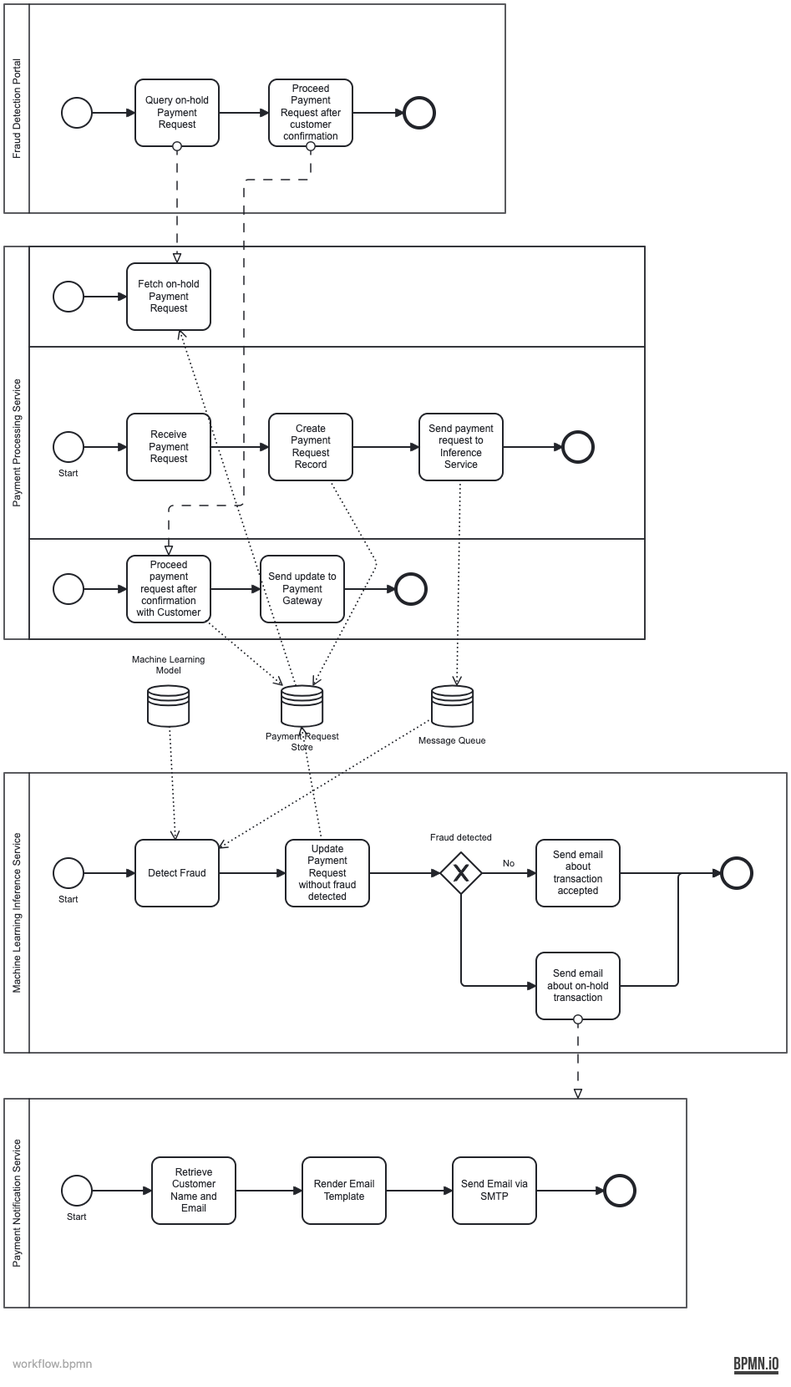
Before: images/workflow.png, a diagram exported from BPMN (reidlai/cp630-final-project). Its source is kept beside it as diagrams/workflow.bpmn. Ids are renumbered.
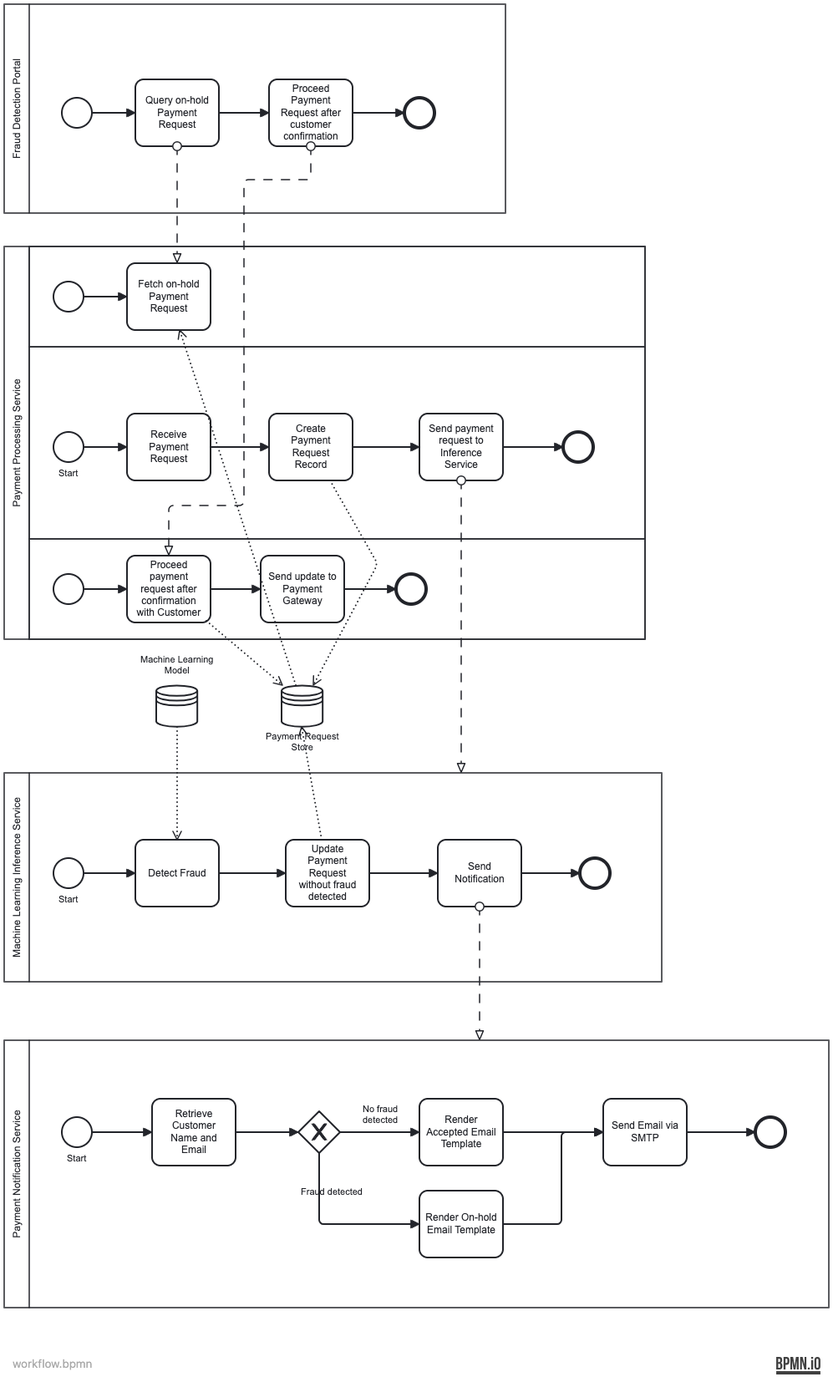
The same file after the commit.

Change to the diagram source:
```diff
@@ -4,9 +4,10 @@
     <bpmn:participant id="Participant_n4" name="Payment Processing Service" processRef="Process_n5" />
     <bpmn:participant id="Participant_n6" name="Payment Notification Service" processRef="Process_n7" />
     <bpmn:participant id="Participant_n8" name="Fraud Detection Portal" processRef="Process_n9" />
-    <bpmn:messageFlow id="Flow_n10" sourceRef="Activity_n11" targetRef="Participant_n6" />
     <bpmn:messageFlow id="Flow_n12" sourceRef="Activity_n13" targetRef="Activity_n14" />
     <bpmn:messageFlow id="Flow_n15" sourceRef="Activity_n16" targetRef="Activity_n17" />
+    <bpmn:messageFlow id="Flow_n78" sourceRef="Activity_n49" targetRef="Participant_n2" />
+    <bpmn:messageFlow id="Flow_n79" sourceRef="Activity_n34" targetRef="Participant_n6" />
   </bpmn:collaboration>
   <bpmn:process id="Process_n3" isExecutable="false">
     <bpmn:startEvent id="Event_n18" name="Start">
@@ -16,10 +17,6 @@
       <bpmn:incoming>Flow_n19</bpmn:incoming>
       <bpmn:outgoing>Flow_n21</bpmn:outgoing>
       <bpmn:property id="Property_n22" name="__targetRef_placeholder" />
-      <bpmn:dataInputAssociation id="DataInputAssociation_n23">
-        <bpmn:sourceRef>DataStoreReference_n24</bpmn:sourceRef>
-        <bpmn:targetRef>Property_n22</bpmn:targetRef>
-      </bpmn:dataInputAssociation>
       <bpmn:dataInputAssociation id="DataInputAssociation_n25">
         <bpmn:sourceRef>DataStoreReference_n26</bpmn:sourceRef>
         <bpmn:targetRef>Property_n22</bpmn:targetRef>
@@ -27,34 +24,21 @@
     </bpmn:task>
     <bpmn:task id="Activity_n27" name="Update Payment Request without fraud detected">
       <bpmn:incoming>Flow_n21</bpmn:incoming>
-      <bpmn:outgoing>Flow_n28</bpmn:outgoing>
+      <bpmn:outgoing>Flow_n80</bpmn:outgoing>
       <bpmn:dataOutputAssociation id="DataOutputAssociation_n29">
         <bpmn:targetRef>DataStoreReference_n30</bpmn:targetRef>
       </bpmn:dataOutputAssociation>
     </bpmn:task>
-    <bpmn:exclusiveGateway id="Gateway_n31" name="Fraud detected">
-      <bpmn:incoming>Flow_n28</bpmn:incoming>
-      <bpmn:outgoing>Flow_n32</bpmn:outgoing>
-      <bpmn:outgoing>Flow_n33</bpmn:outgoing>
-    </bpmn:exclusiveGateway>
-    <bpmn:task id="Activity_n34" name="Send email about transaction accepted">
-      <bpmn:incoming>Flow_n32</bpmn:incoming>
+    <bpmn:sequenceFlow id="Flow_n19" sourceRef="Event_n18" targetRef="Activity_n20" />
+    <bpmn:sequenceFlow id="Flow_n21" sourceRef="Activity_n20" targetRef="Activity_n27" />
+    <bpmn:sequenceFlow id="Flow_n35" sourceRef="Activity_n34" targetRef="Event_n37" />
+    <bpmn:sequenceFlow id="Flow_n80" sourceRef="Activity_n27" targetRef="Activity_n34" />
+    <bpmn:task id="Activity_n34" name="Send Notification">
+      <bpmn:incoming>Flow_n80</bpmn:incoming>
       <bpmn:outgoing>Flow_n35</bpmn:outgoing>
     </bpmn:task>
-    <bpmn:task id="Activity_n11" name="Send email about on-hold transaction">
-      <bpmn:incoming>Flow_n33</bpmn:incoming>
-      <bpmn:outgoing>Flow_n36</bpmn:outgoing>
-    </bpmn:task>
-    <bpmn:sequenceFlow id="Flow_n19" sourceRef="Event_n18" targetRef="Activity_n20" />
-    <bpmn:sequenceFlow id="Flow_n21" sourceRef="Activity_n20" targetRef="Activity_n27" />
-    <bpmn:sequenceFlow id="Flow_n28" sourceRef="Activity_n27" targetRef="Gateway_n31" />
-    <bpmn:sequenceFlow id="Flow_n32" name="No" sourceRef="Gateway_n31" targetRef="Activity_n34" />
-    <bpmn:sequenceFlow id="Flow_n33" sourceRef="Gateway_n31" targetRef="Activity_n11" />
-    <bpmn:sequenceFlow id="Flow_n35" sourceRef="Activity_n34" targetRef="Event_n37" />
-    <bpmn:sequenceFlow id="Flow_n36" sourceRef="Activity_n11" targetRef="Event_n37" />
     <bpmn:endEvent id="Event_n37">
       <bpmn:incoming>Flow_n35</bpmn:incoming>
-      <bpmn:incoming>Flow_n36</bpmn:incoming>
     </bpmn:endEvent>
   </bpmn:process>
   <bpmn:process id="Process_n5" isExecutable="false">
@@ -77,7 +61,6 @@
         <bpmn:flowNodeRef>Activity_n50</bpmn:flowNodeRef>
       </bpmn:lane>
     </bpmn:laneSet>
-    <bpmn:dataStoreReference id="DataStoreReference_n24" name="Message Queue" />
     <bpmn:dataStoreReference id="DataStoreReference_n26" name="Machine Learning Model" />
     <bpmn:dataStoreReference id="DataStoreReference_n30" name="Payment Request Store" />
     <bpmn:startEvent id="Event_n46" name="Start">
@@ -96,9 +79,6 @@
     <bpmn:task id="Activity_n49" name="Send payment request to Inference Service">
       <bpmn:incoming>Flow_n53</bpmn:incoming>
       <bpmn:outgoing>Flow_n55</bpmn:outgoing>
-      <bpmn:dataOutputAssociation id="DataOutputAssociation_n56">
-        <bpmn:targetRef>DataStoreReference_n24</bpmn:targetRef>
-      </bpmn:dataOutputAssociation>
     </bpmn:task>
     <bpmn:task id="Activity_n50" name="Receive Payment Request">
       <bpmn:incoming>Flow_n51</bpmn:incoming>
@@ -147,23 +127,36 @@
     </bpmn:startEvent>
     <bpmn:task id="Activity_n66" name="Retrieve Customer Name and Email">
       <bpmn:incoming>Flow_n65</bpmn:incoming>
-      <bpmn:outgoing>Flow_n67</bpmn:outgoing>
-    </bpmn:task>
-    <bpmn:task id="Activity_n68" name="Render Email Template">
-      <bpmn:incoming>Flow_n67</bpmn:incoming>
-      <bpmn:outgoing>Flow_n69</bpmn:outgoing>
-    </bpmn:task>
-    <bpmn:task id="Activity_n70" name="Send Email via SMTP">
-      <bpmn:incoming>Flow_n69</bpmn:incoming>
-      <bpmn:outgoing>Flow_n71</bpmn:outgoing>
+      <bpmn:outgoing>Flow_n81</bpmn:outgoing>
     </bpmn:task>
     <bpmn:endEvent id="Event_n72">
-      <bpmn:incoming>Flow_n71</bpmn:incoming>
+      <bpmn:incoming>Flow_n82</bpmn:incoming>
     </bpmn:endEvent>
+    <bpmn:exclusiveGateway id="Gateway_n83">
+      <bpmn:incoming>Flow_n81</bpmn:incoming>
+      <bpmn:outgoing>Flow_n84</bpmn:outgoing>
+      <bpmn:outgoing>Flow_n85</bpmn:outgoing>
+    </bpmn:exclusiveGateway>
+    <bpmn:task id="Activity_n70" name="Send Email via SMTP">
+      <bpmn:incoming>Flow_n86</bpmn:incoming>
+      <bpmn:incoming>Flow_n87</bpmn:incoming>
+      <bpmn:outgoing>Flow_n82</bpmn:outgoing>
+    </bpmn:task>
+    <bpmn:task id="Activity_n68" name="Render Accepted Email Template">
+      <bpmn:incoming>Flow_n84</bpmn:incoming>
+      <bpmn:outgoing>Flow_n86</bpmn:outgoing>
+    </bpmn:task>
+    <bpmn:task id="Activity_n88" name="Render On-hold Email Template">
+      <bpmn:incoming>Flow_n85</bpmn:incoming>
+      <bpmn:outgoing>Flow_n87</bpmn:outgoing>
+    </bpmn:task>
     <bpmn:sequenceFlow id="Flow_n65" sourceRef="Event_n64" targetRef="Activity_n66" />
-    <bpmn:sequenceFlow id="Flow_n67" sourceRef="Activity_n66" targetRef="Activity_n68" />
-    <bpmn:sequenceFlow id="Flow_n69" sourceRef="Activity_n68" targetRef="Activity_n70" />
-    <bpmn:sequenceFlow id="Flow_n71" sourceRef="Activity_n70" targetRef="Event_n72" />
+    <bpmn:sequenceFlow id="Flow_n81" sourceRef="Activity_n66" targetRef="Gateway_n83" />
+    <bpmn:sequenceFlow id="Flow_n82" sourceRef="Activity_n70" targetRef="Event_n72" />
+    <bpmn:sequenceFlow id="Flow_n84" name="No fraud&#10;detected" sourceRef="Gateway_n83" targetRef="Activity_n68" />
+    <bpmn:sequenceFlow id="Flow_n85" name="Fraud detected" sourceRef="Gateway_n83" targetRef="Activity_n88" />
+    <bpmn:sequenceFlow id="Flow_n86" sourceRef="Activity_n68" targetRef="Activity_n70" />
+    <bpmn:sequenceFlow id="Flow_n87" sourceRef="Activity_n88" targetRef="Activity_n70" />
   </bpmn:process>
   <bpmn:process id="Process_n9" isExecutable="false">
     <bpmn:startEvent id="Event_n73">
@@ -187,7 +180,7 @@
   <bpmndi:BPMNDiagram id="BPMNDiagram_1">
     <bpmndi:BPMNPlane id="BPMNPlane_1" bpmnElement="Collaboration_n1">
       <bpmndi:BPMNShape id="Participant_n2_di" bpmnElement="Participant_n2" isHorizontal="true">
-        <dc:Bounds x="123" y="1000" width="937" height="335" />
+        <dc:Bounds x="123" y="1000" width="787" height="250" />
         <bpmndi:BPMNLabel />
       </bpmndi:BPMNShape>
       <bpmndi:BPMNShape id="Event_n18_di" bpmnElement="Event_n18">
@@ -203,22 +196,12 @@
         <dc:Bounds x="460" y="1080" width="100" height="80" />
         <bpmndi:BPMNLabel />
       </bpmndi:BPMNShape>
-      <bpmndi:BPMNShape id="Gateway_n31_di" bpmnElement="Gateway_n31" isMarkerVisible="true">
-        <dc:Bounds x="645" y="1095" width="50" height="50" />
-        <bpmndi:BPMNLabel>
-          <dc:Bounds x="633" y="1071" width="74" height="14" />
-        </bpmndi:BPMNLabel>
-      </bpmndi:BPMNShape>
       <bpmndi:BPMNShape id="Activity_n34_di" bpmnElement="Activity_n34">
-        <dc:Bounds x="760" y="1080" width="100" height="80" />
-        <bpmndi:BPMNLabel />
-      </bpmndi:BPMNShape>
-      <bpmndi:BPMNShape id="Activity_n11_di" bpmnElement="Activity_n11">
-        <dc:Bounds x="760" y="1215" width="100" height="80" />
+        <dc:Bounds x="642" y="1080" width="100" height="80" />
         <bpmndi:BPMNLabel />
       </bpmndi:BPMNShape>
       <bpmndi:BPMNShape id="Event_n37_di" bpmnElement="Event_n37">
-        <dc:Bounds x="982" y="1102" width="36" height="36" />
+        <dc:Bounds x="812" y="1102" width="36" height="36" />
       </bpmndi:BPMNShape>
       <bpmndi:BPMNEdge id="Flow_n19_di" bpmnElement="Flow_n19">
         <di:waypoint x="218" y="1120" />
@@ -228,31 +211,13 @@
         <di:waypoint x="380" y="1120" />
         <di:waypoint x="460" y="1120" />
       </bpmndi:BPMNEdge>
-      <bpmndi:BPMNEdge id="Flow_n28_di" bpmnElement="Flow_n28">
+      <bpmndi:BPMNEdge id="Flow_n35_di" bpmnElement="Flow_n35">
+        <di:waypoint x="742" y="1120" />
+        <di:waypoint x="812" y="1120" />
+      </bpmndi:BPMNEdge>
+      <bpmndi:BPMNEdge id="Flow_n80_di" bpmnElement="Flow_n80">
         <di:waypoint x="560" y="1120" />
-        <di:waypoint x="645" y="1120" />
-      </bpmndi:BPMNEdge>
-      <bpmndi:BPMNEdge id="Flow_n32_di" bpmnElement="Flow_n32">
-        <di:waypoint x="695" y="1120" />
-        <di:waypoint x="760" y="1120" />
-        <bpmndi:BPMNLabel>
-          <dc:Bounds x="720" y="1102" width="15" height="14" />
-        </bpmndi:BPMNLabel>
-      </bpmndi:BPMNEdge>
-      <bpmndi:BPMNEdge id="Flow_n33_di" bpmnElement="Flow_n33">
-        <di:waypoint x="670" y="1145" />
-        <di:waypoint x="670" y="1255" />
-        <di:waypoint x="760" y="1255" />
-      </bpmndi:BPMNEdge>
-      <bpmndi:BPMNEdge id="Flow_n35_di" bpmnElement="Flow_n35">
-        <di:waypoint x="860" y="1120" />
-        <di:waypoint x="982" y="1120" />
-      </bpmndi:BPMNEdge>
-      <bpmndi:BPMNEdge id="Flow_n36_di" bpmnElement="Flow_n36">
-        <di:waypoint x="860" y="1255" />
-        <di:waypoint x="930" y="1255" />
-        <di:waypoint x="930" y="1120" />
-        <di:waypoint x="982" y="1120" />
+        <di:waypoint x="642" y="1120" />
       </bpmndi:BPMNEdge>
       <bpmndi:BPMNShape id="Participant_n4_di" bpmnElement="Participant_n4" isHorizontal="true">
         <dc:Bounds x="123" y="370" width="767" height="470" />
@@ -339,65 +304,81 @@
         <di:waypoint x="218" y="430" />
         <di:waypoint x="270" y="430" />
       </bpmndi:BPMNEdge>
-      <bpmndi:BPMNShape id="DataStoreReference_n24_di" bpmnElement="DataStoreReference_n24">
-        <dc:Bounds x="635" y="895" width="50" height="50" />
+      <bpmndi:BPMNShape id="Participant_n6_di" bpmnElement="Participant_n6" isHorizontal="true">
+        <dc:Bounds x="123" y="1320" width="987" height="320" />
+        <bpmndi:BPMNLabel />
+      </bpmndi:BPMNShape>
+      <bpmndi:BPMNShape id="Event_n64_di" bpmnElement="Event_n64">
+        <dc:Bounds x="192" y="1412" width="36" height="36" />
         <bpmndi:BPMNLabel>
-          <dc:Bounds x="619" y="955" width="81" height="14" />
+          <dc:Bounds x="198" y="1455" width="24" height="14" />
         </bpmndi:BPMNLabel>
       </bpmndi:BPMNShape>
-      <bpmndi:BPMNShape id="DataStoreReference_n26_di" bpmnElement="DataStoreReference_n26">
-        <dc:Bounds x="295" y="895" width="50" height="50" />
+      <bpmndi:BPMNShape id="Activity_n66_di" bpmnElement="Activity_n66">
+        <dc:Bounds x="300" y="1390" width="100" height="80" />
+        <bpmndi:BPMNLabel />
+      </bpmndi:BPMNShape>
+      <bpmndi:BPMNShape id="Event_n72_di" bpmnElement="Event_n72">
+        <dc:Bounds x="1022" y="1412" width="36" height="36" />
+      </bpmndi:BPMNShape>
+      <bpmndi:BPMNShape id="Gateway_n83_di" bpmnElement="Gateway_n83" isMarkerVisible="true">
+        <dc:Bounds x="475" y="1405" width="50" height="50" />
+      </bpmndi:BPMNShape>
+      <bpmndi:BPMNShape id="Activity_n70_di" bpmnElement="Activity_n70">
+        <dc:Bounds x="840" y="1390" width="100" height="80" />
+        <bpmndi:BPMNLabel />
+      </bpmndi:BPMNShape>
+      <bpmndi:BPMNShape id="Activity_n68_di" bpmnElement="Activity_n68">
+        <dc:Bounds x="620" y="1390" width="100" height="80" />
+        <bpmndi:BPMNLabel />
+      </bpmndi:BPMNShape>
+      <bpmndi:BPMNShape id="Activity_n88_di" bpmnElement="Activity_n88">
+        <dc:Bounds x="620" y="1500" width="100" height="80" />
+        <bpmndi:BPMNLabel />
+      </bpmndi:BPMNShape>
+      <bpmndi:BPMNEdge id="Flow_n65_di" bpmnElement="Flow_n65">
+        <di:waypoint x="228" y="1430" />
+        <di:waypoint x="300" y="1430" />
+      </bpmndi:BPMNEdge>
+      <bpmndi:BPMNEdge id="Flow_n81_di" bpmnElement="Flow_n81">
+        <di:waypoint x="400" y="1430" />
+        <di:waypoint x="475" y="1430" />
+      </bpmndi:BPMNEdge>
+      <bpmndi:BPMNEdge id="Flow_n82_di" bpmnElement="Flow_n82">
+        <di:waypoint x="940" y="1430" />
+        <di:waypoint x="1022" y="1430" />
+      </bpmndi:BPMNEdge>
+      <bpmndi:BPMNEdge id="Flow_n84_di" bpmnElement="Flow_n84">
+        <di:waypoint x="525" y="1430" />
+        <di:waypoint x="620" y="1430" />
         <bpmndi:BPMNLabel>
-          <dc:Bounds x="276" y="858" width="88" height="27" />
+          <dc:Bounds x="552" y="1396" width="43" height="27" />
         </bpmndi:BPMNLabel>
-      </bpmndi:BPMNShape>
+      </bpmndi:BPMNEdge>
+      <bpmndi:BPMNEdge id="Flow_n85_di" bpmnElement="Flow_n85">
+        <di:waypoint x="500" y="1455" />
+        <di:waypoint x="500" y="1540" />
+        <di:waypoint x="620" y="1540" />
+        <bpmndi:BPMNLabel>
+          <dc:Bounds x="478" y="1495" width="74" height="14" />
+        </bpmndi:BPMNLabel>
+      </bpmndi:BPMNEdge>
+      <bpmndi:BPMNEdge id="Flow_n86_di" bpmnElement="Flow_n86">
+        <di:waypoint x="720" y="1430" />
+        <di:waypoint x="840" y="1430" />
+      </bpmndi:BPMNEdge>
+      <bpmndi:BPMNEdge id="Flow_n87_di" bpmnElement="Flow_n87">
+        <di:waypoint x="720" y="1540" />
+        <di:waypoint x="790" y="1540" />
+        <di:waypoint x="790" y="1430" />
+        <di:waypoint x="840" y="1430" />
+      </bpmndi:BPMNEdge>
       <bpmndi:BPMNShape id="DataStoreReference_n30_di" bpmnElement="DataStoreReference_n30">
         <dc:Bounds x="455" y="895" width="50" height="50" />
         <bpmndi:BPMNLabel>
           <dc:Bounds x="436" y="950" width="88" height="27" />
         </bpmndi:BPMNLabel>
       </bpmndi:BPMNShape>
-      <bpmndi:BPMNShape id="Participant_n6_di" bpmnElement="Participant_n6" isHorizontal="true">
-        <dc:Bounds x="123" y="1390" width="817" height="250" />
-        <bpmndi:BPMNLabel />
-      </bpmndi:BPMNShape>
-      <bpmndi:BPMNShape id="Event_n64_di" bpmnElement="Event_n64">
-        <dc:Bounds x="192" y="1482" width="36" height="36" />
-        <bpmndi:BPMNLabel>
-          <dc:Bounds x="198" y="1525" width="24" height="14" />
-        </bpmndi:BPMNLabel>
-      </bpmndi:BPMNShape>
-      <bpmndi:BPMNShape id="Activity_n66_di" bpmnElement="Activity_n66">
-        <dc:Bounds x="300" y="1460" width="100" height="80" />
-        <bpmndi:BPMNLabel />
-      </bpmndi:BPMNShape>
-      <bpmndi:BPMNShape id="Activity_n68_di" bpmnElement="Activity_n68">
-        <dc:Bounds x="480" y="1460" width="100" height="80" />
-        <bpmndi:BPMNLabel />
-      </bpmndi:BPMNShape>
-      <bpmndi:BPMNShape id="Activity_n70_di" bpmnElement="Activity_n70">
-        <dc:Bounds x="660" y="1460" width="100" height="80" />
-        <bpmndi:BPMNLabel />
-      </bpmndi:BPMNShape>
-      <bpmndi:BPMNShape id="Event_n72_di" bpmnElement="Event_n72">
-        <dc:Bounds x="842" y="1482" width="36" height="36" />
-      </bpmndi:BPMNShape>
-      <bpmndi:BPMNEdge id="Flow_n65_di" bpmnElement="Flow_n65">
-        <di:waypoint x="228" y="1500" />
-        <di:waypoint x="300" y="1500" />
-      </bpmndi:BPMNEdge>
-      <bpmndi:BPMNEdge id="Flow_n67_di" bpmnElement="Flow_n67">
-        <di:waypoint x="400" y="1500" />
-        <di:waypoint x="480" y="1500" />
-      </bpmndi:BPMNEdge>
-      <bpmndi:BPMNEdge id="Flow_n69_di" bpmnElement="Flow_n69">
-        <di:waypoint x="580" y="1500" />
-        <di:waypoint x="660" y="1500" />
-      </bpmndi:BPMNEdge>
-      <bpmndi:BPMNEdge id="Flow_n71_di" bpmnElement="Flow_n71">
-        <di:waypoint x="760" y="1500" />
-        <di:waypoint x="842" y="1500" />
-      </bpmndi:BPMNEdge>
       <bpmndi:BPMNShape id="Participant_n8_di" bpmnElement="Participant_n8" isHorizontal="true">
         <dc:Bounds x="123" y="80" width="600" height="250" />
         <bpmndi:BPMNLabel />
@@ -428,13 +409,15 @@
         <di:waypoint x="540" y="210" />
         <di:waypoint x="602" y="210" />
       </bpmndi:BPMNEdge>
-      <bpmndi:BPMNEdge id="DataInputAssociation_n23_di" bpmnElement="DataInputAssociation_n23">
-        <di:waypoint x="635" y="935" />
-        <di:waypoint x="380" y="1090" />
-      </bpmndi:BPMNEdge>
+      <bpmndi:BPMNShape id="DataStoreReference_n26_di" bpmnElement="DataStoreReference_n26">
+        <dc:Bounds x="305" y="895" width="50" height="50" />
+        <bpmndi:BPMNLabel>
+          <dc:Bounds x="286" y="858" width="88" height="27" />
+        </bpmndi:BPMNLabel>
+      </bpmndi:BPMNShape>
       <bpmndi:BPMNEdge id="DataInputAssociation_n25_di" bpmnElement="DataInputAssociation_n25">
-        <di:waypoint x="321" y="945" />
-        <di:waypoint x="328" y="1080" />
+        <di:waypoint x="330" y="945" />
+        <di:waypoint x="330" y="1080" />
       </bpmndi:BPMNEdge>
       <bpmndi:BPMNEdge id="DataOutputAssociation_n29_di" bpmnElement="DataOutputAssociation_n29">
         <di:waypoint x="503" y="1080" />
@@ -445,10 +428,6 @@
         <di:waypoint x="570" y="750" />
         <di:waypoint x="493" y="895" />
       </bpmndi:BPMNEdge>
-      <bpmndi:BPMNEdge id="DataOutputAssociation_n56_di" bpmnElement="DataOutputAssociation_n56">
-        <di:waypoint x="669" y="650" />
-        <di:waypoint x="665" y="895" />
-      </bpmndi:BPMNEdge>
       <bpmndi:BPMNEdge id="DataOutputAssociation_n59_di" bpmnElement="DataOutputAssociation_n59">
         <di:waypoint x="365" y="818" />
         <di:waypoint x="456" y="895" />
@@ -456,10 +435,6 @@
       <bpmndi:BPMNEdge id="DataInputAssociation_n63_di" bpmnElement="DataInputAssociation_n63">
         <di:waypoint x="472" y="895" />
         <di:waypoint x="333" y="470" />
-      </bpmndi:BPMNEdge>
-      <bpmndi:BPMNEdge id="Flow_n10_di" bpmnElement="Flow_n10">
-        <di:waypoint x="810" y="1295" />
-        <di:waypoint x="810" y="1390" />
       </bpmndi:BPMNEdge>
       <bpmndi:BPMNEdge id="Flow_n12_di" bpmnElement="Flow_n12">
         <di:waypoint x="330" y="250" />
@@ -473,6 +448,14 @@
         <di:waypoint x="320" y="680" />
         <di:waypoint x="320" y="740" />
       </bpmndi:BPMNEdge>
+      <bpmndi:BPMNEdge id="Flow_n78_di" bpmnElement="Flow_n78">
+        <di:waypoint x="670" y="650" />
+        <di:waypoint x="670" y="1000" />
+      </bpmndi:BPMNEdge>
+      <bpmndi:BPMNEdge id="Flow_n79_di" bpmnElement="Flow_n79">
+        <di:waypoint x="692" y="1160" />
+        <di:waypoint x="692" y="1320" />
+      </bpmndi:BPMNEdge>
     </bpmndi:BPMNPlane>
   </bpmndi:BPMNDiagram>
 </bpmn:definitions>
```
